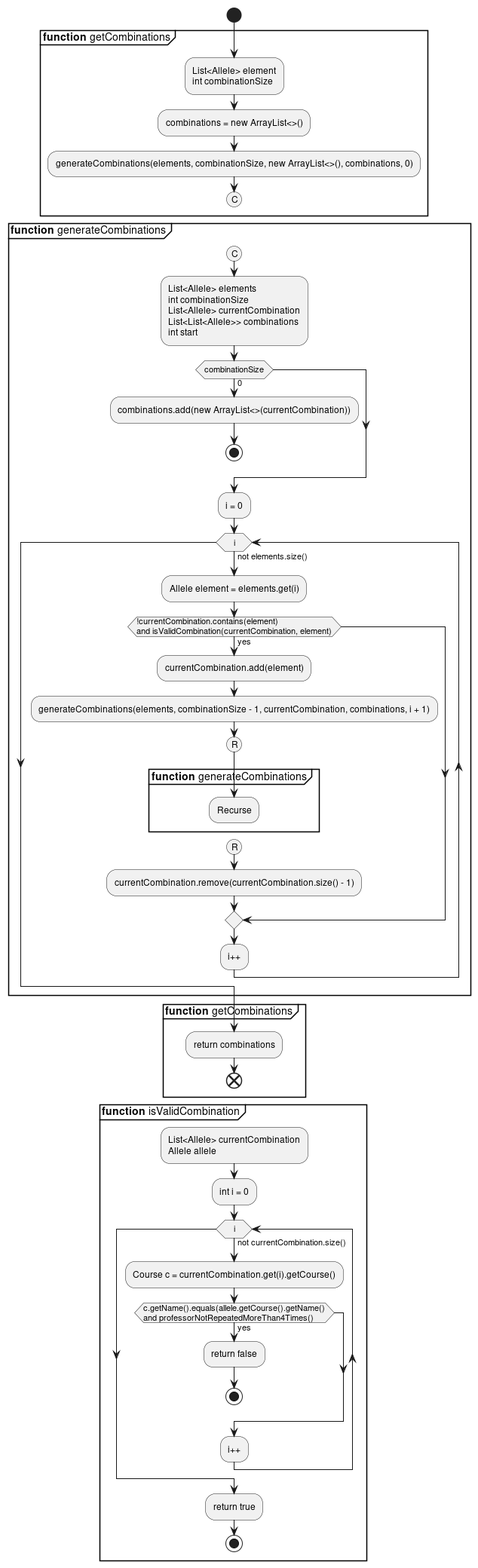
Above: diagrams/Backtracking.png in Johanx22x/AlgorithmAnalisisProject-2 (PlantUML), before the change. Its diagram source:
```plantuml
@startuml Backtracking
start

partition **function** getCombinations {
    :List<Allele> element\nint combinationSize;
    :combinations = new ArrayList<>();
    :generateCombinations(elements, combinationSize, new ArrayList<>(), combinations, 0);
    (C)
    detach
}

partition **function** generateCombinations {
    (C)
    :List<Allele> elements
    int combinationSize
    List<Allele> currentCombination
    List<List<Allele>> combinations
    int start;

    if (combinationSize) is (0) then
        :combinations.add(new ArrayList<>(currentCombination));
        stop
    endif

    :i = 0;
    while (i) is (not elements.size())
        :Allele element = elements.get(i);
        if (!currentCombination.contains(element)\nand isValidCombination(currentCombination, element)) then (yes)
            :currentCombination.add(element);
            :generateCombinations(elements, combinationSize - 1, currentCombination, combinations, i + 1);
            (R)

            partition **function** generateCombinations {
                :Recurse;
            }

            detach

            (R)
            :currentCombination.remove(currentCombination.size() - 1);
        endif
        :i++;
    endwhile
}

partition **function** getCombinations {
    :return combinations;
    end
}

partition **function** isValidCombination {
    :List<Allele> currentCombination
    Allele allele;

    :int i = 0;

    while (i) is (not currentCombination.size())
        :Course c = currentCombination.get(i).getCourse();

        if (c.getName().equals(allele.getCourse().getName()\nand professorNotRepeatedMoreThan4Times()) then (yes)
            :return false;
            stop
        endif
        :i++;
    endwhile

    :return true;
    stop
}

@enduml
```
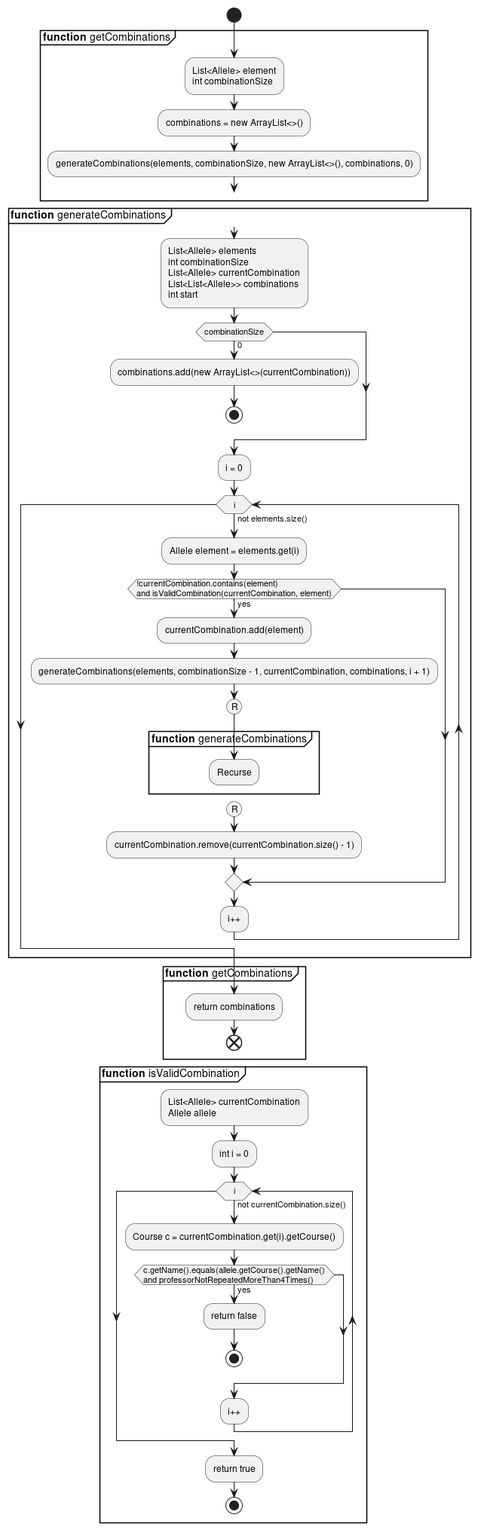
After the commit.

Commit message:
Backtracking algorithm diagrams (WIP)

The edit, as a diff of the source:
```diff
@@ -5,12 +5,12 @@
     :List<Allele> element\nint combinationSize;
     :combinations = new ArrayList<>();
     :generateCombinations(elements, combinationSize, new ArrayList<>(), combinations, 0);
-    (C)
-    detach
+    goto callGenerateCom
 }
 
 partition **function** generateCombinations {
-    (C)
+    label callGenerateCom
+
     :List<Allele> elements
     int combinationSize
     List<Allele> currentCombination
```
